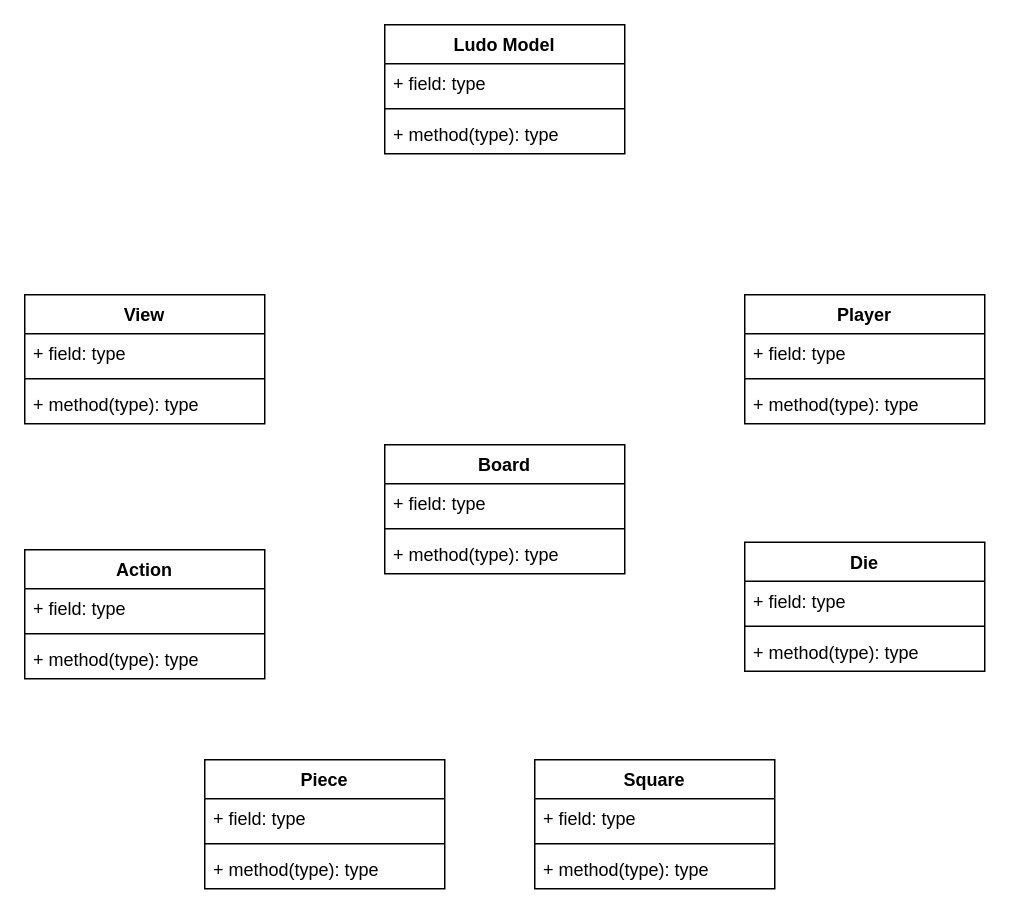
Earlier version of the draw.io diagram Untitled Diagram.drawio (KotaHemanthIITD/competitive_coding). Source tidied: cells renumbered, new cells numbered last; positions are measured from the earlier drawing's top-left corner, leaving out a move shared by most shapes. Both pictures are drawn from the tidied source at 150%, with x=0, y=0 at pixel (24, 24).
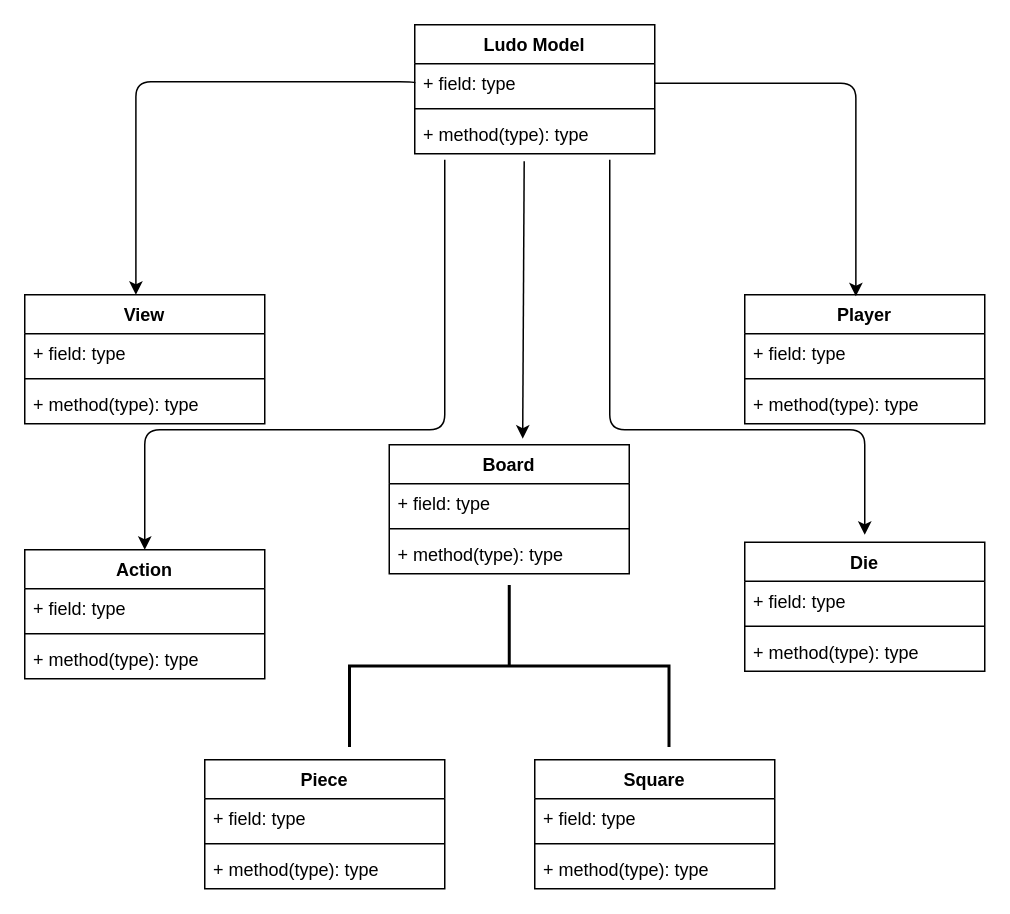
The same diagram, later.

Unchanged cells that the change refers to:
```xml
<mxCell id="7" value="+ field: type" style="text;strokeColor=none;fillColor=none;align=left;verticalAlign=top;spacingLeft=4;spacingRight=4;overflow=hidden;points=[[0,0.5],[1,0.5]];portConstraint=eastwest;" parent="6" vertex="1">
  <mxGeometry y="26" width="160" height="26" as="geometry" />
</mxCell>
<mxCell id="9" value="+ method(type): type" style="text;strokeColor=none;fillColor=none;align=left;verticalAlign=top;spacingLeft=4;spacingRight=4;overflow=hidden;points=[[0,0.5],[1,0.5]];portConstraint=eastwest;" parent="6" vertex="1">
  <mxGeometry y="60" width="160" height="26" as="geometry" />
</mxCell>
<mxCell id="10" value="Player" style="swimlane;fontStyle=1;align=center;verticalAlign=top;horizontal=1;startSize=26;" parent="1" vertex="1">
  <mxGeometry x="480" y="180" width="160" height="86" as="geometry" />
</mxCell>
<mxCell id="14" value="Action" style="swimlane;fontStyle=1;align=center;verticalAlign=top;horizontal=1;startSize=26;" parent="1" vertex="1">
  <mxGeometry y="350" width="160" height="86" as="geometry" />
</mxCell>
```

The edit, as a diff of the source:
```diff
@@
     <mxCell id="6" value="Ludo Model" style="swimlane;fontStyle=1;align=center;verticalAlign=top;horizontal=1;startSize=26;" parent="1" vertex="1">
-      <mxGeometry x="240" width="160" height="86" as="geometry" />
+      <mxGeometry x="260" width="160" height="86" as="geometry" />
     </mxCell>
@@
     <mxCell id="22" value="Board" style="swimlane;fontStyle=1;align=center;verticalAlign=top;horizontal=1;startSize=26;" parent="1" vertex="1">
-      <mxGeometry x="240" y="280" width="160" height="86" as="geometry" />
+      <mxGeometry x="243" y="280" width="160" height="86" as="geometry" />
     </mxCell>
@@
+    <mxCell id="34" style="edgeStyle=elbowEdgeStyle;elbow=vertical;endArrow=classic;html=1;exitX=1;exitY=0.5;exitDx=0;exitDy=0;entryX=0.463;entryY=0.012;entryDx=0;entryDy=0;entryPerimeter=0;" parent="1" edge="1" source="7" target="10">
+      <mxGeometry relative="1" as="geometry">
+        <Array as="points">
+          <mxPoint x="550" y="39" />
+          <mxPoint x="440" y="40" />
+        </Array>
+      </mxGeometry>
+    </mxCell>
+    <mxCell id="35" style="edgeStyle=elbowEdgeStyle;elbow=vertical;endArrow=classic;html=1;exitX=0;exitY=0.5;exitDx=0;exitDy=0;entryX=0.463;entryY=0.012;entryDx=0;entryDy=0;entryPerimeter=0;" parent="1" edge="1" source="7">
+      <mxGeometry relative="1" as="geometry">
+        <mxPoint x="74.1" y="180" as="targetPoint" />
+        <Array as="points">
+          <mxPoint x="70" y="38" />
+          <mxPoint x="-40" y="39" />
+        </Array>
+      </mxGeometry>
+    </mxCell>
+    <mxCell id="36" style="endArrow=classic;html=1;exitX=0.456;exitY=1.192;exitDx=0;exitDy=0;exitPerimeter=0;entryX=0.556;entryY=-0.047;entryDx=0;entryDy=0;entryPerimeter=0;" parent="1" edge="1" source="9" target="22">
+      <mxGeometry relative="1" as="geometry" />
+    </mxCell>
+    <mxCell id="37" style="strokeWidth=2;html=1;shape=mxgraph.flowchart.annotation_2;align=left;labelPosition=right;rotation=90;" parent="1" vertex="1">
+      <mxGeometry x="269" y="321" width="108" height="213" as="geometry" />
+    </mxCell>
+    <mxCell id="38" style="edgeStyle=elbowEdgeStyle;elbow=vertical;endArrow=classic;html=1;" parent="1" edge="1">
+      <mxGeometry relative="1" as="geometry">
+        <mxPoint x="390" y="90" as="sourcePoint" />
+        <mxPoint x="560" y="340" as="targetPoint" />
+        <Array as="points">
+          <mxPoint x="490" y="270" />
+        </Array>
+      </mxGeometry>
+    </mxCell>
+    <mxCell id="39" style="edgeStyle=elbowEdgeStyle;elbow=vertical;endArrow=classic;html=1;entryX=0.5;entryY=0;entryDx=0;entryDy=0;" parent="1" edge="1" target="14">
+      <mxGeometry relative="1" as="geometry">
+        <mxPoint x="280" y="90" as="sourcePoint" />
+        <Array as="points">
+          <mxPoint x="190" y="270" />
+        </Array>
+      </mxGeometry>
+    </mxCell>
```
